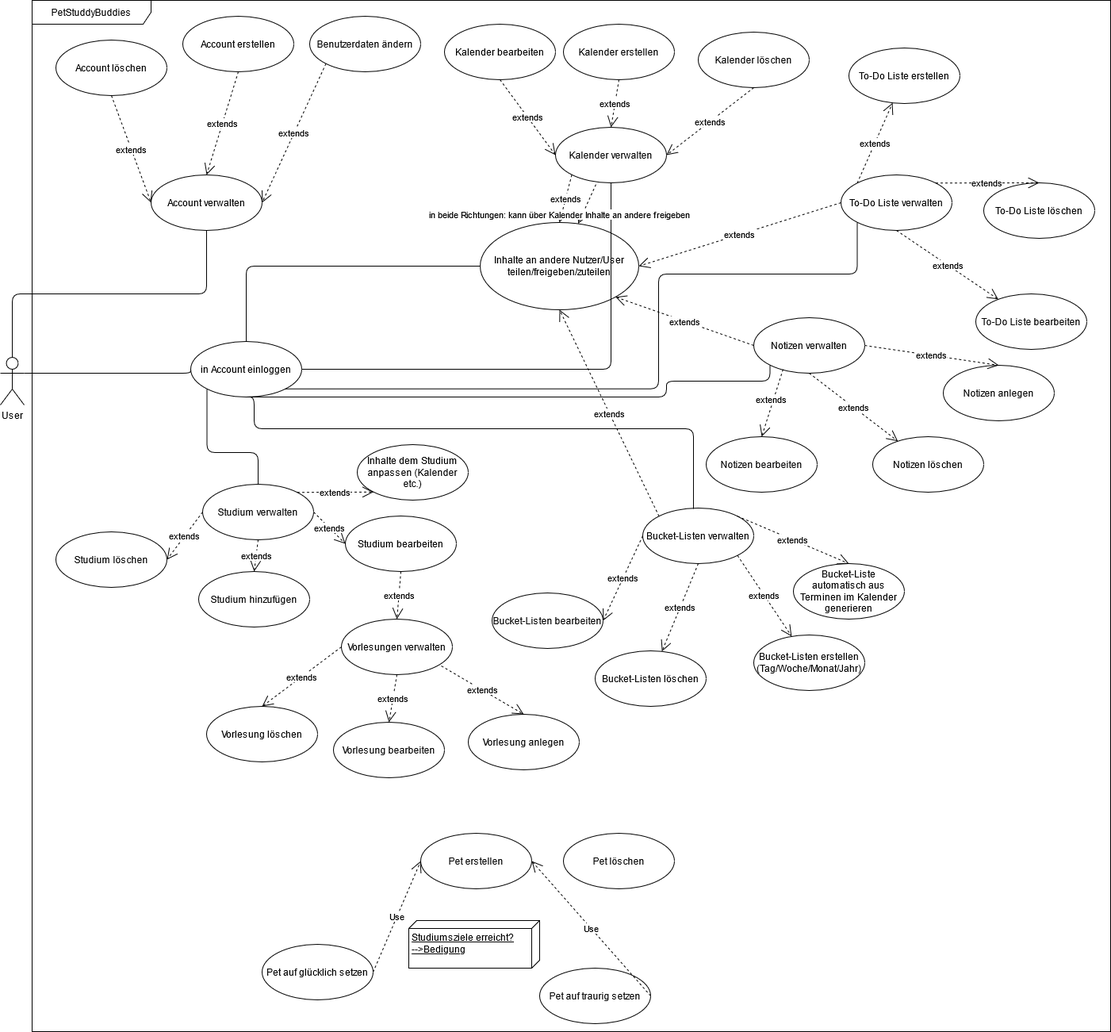
The draw.io diagram Dokumentation/UML/PetStudyBuddies_Use_Case_Diagram.png in felix-schindler/petstudybuddies, before a commit. Source tidied: cells renumbered, new cells last; positions are measured from the earlier drawing's top-left corner, leaving out a move shared by most shapes.
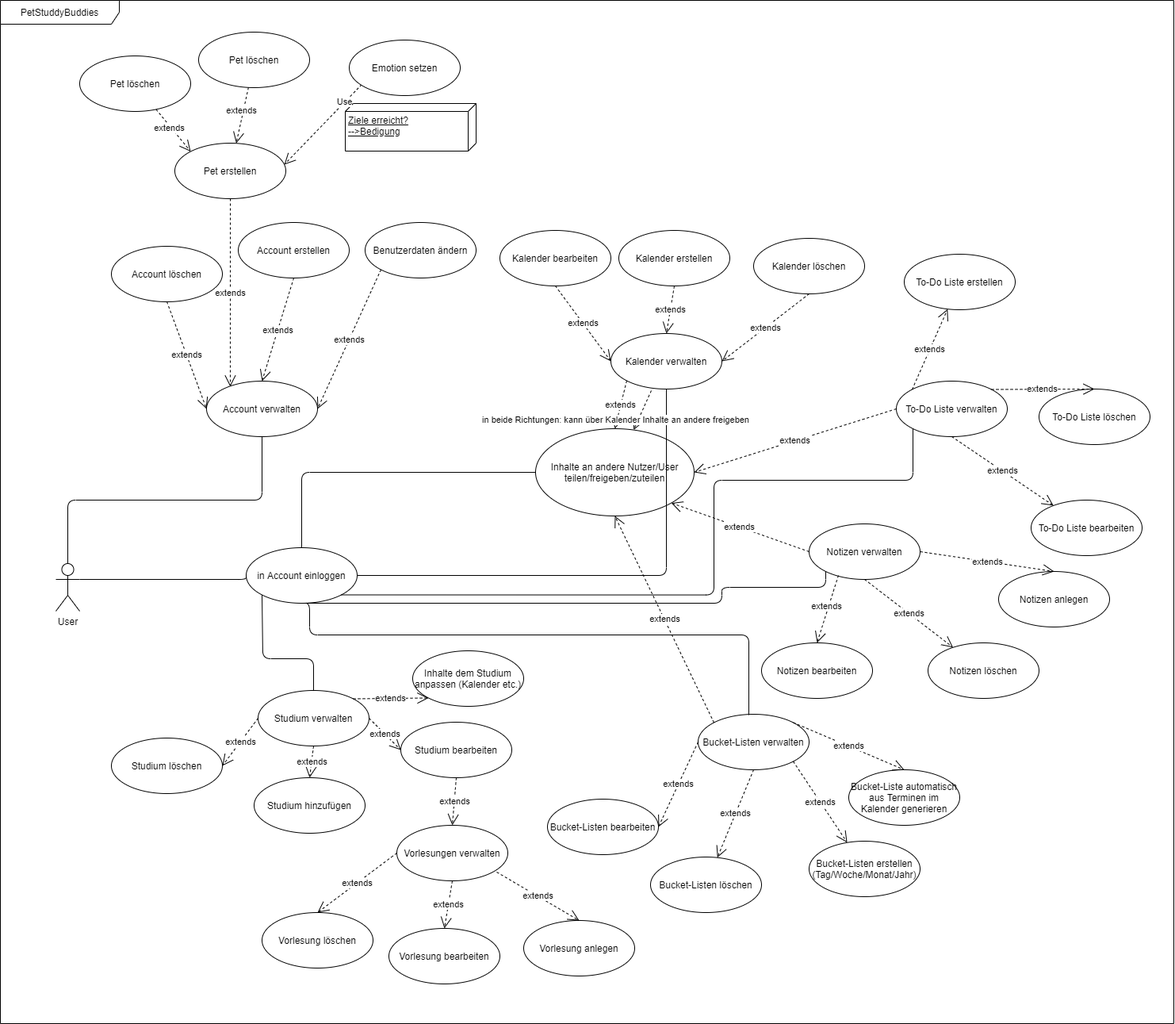
Later version of the same file.

Commit message:
update use-case diagram

Change to the diagram source:
```diff
@@ -3,7 +3,7 @@
     <mxCell id="0" />
     <mxCell id="1" parent="0" />
     <mxCell id="2" value="PetStuddyBuddies" style="shape=umlFrame;whiteSpace=wrap;html=1;width=150;height=30;" parent="1" vertex="1">
-      <mxGeometry x="40" width="1360" height="1300" as="geometry" />
+      <mxGeometry x="-70" y="-260" width="1480" height="1290" as="geometry" />
     </mxCell>
     <mxCell id="3" value="User" style="shape=umlActor;verticalLabelPosition=bottom;verticalAlign=top;html=1;" parent="1" vertex="1">
       <mxGeometry y="450" width="30" height="60" as="geometry" />
@@ -232,9 +232,6 @@
     <mxCell id="66" value="extends" style="endArrow=open;endSize=12;dashed=1;html=1;entryX=0;entryY=1;entryDx=0;entryDy=0;exitX=1;exitY=0;exitDx=0;exitDy=0;" parent="1" edge="1" source="44" target="65">
       <mxGeometry relative="1" as="geometry" />
     </mxCell>
-    <mxCell id="67" value="Pet erstellen" style="ellipse;whiteSpace=wrap;html=1;" parent="1" vertex="1">
-      <mxGeometry x="530" y="1050" width="140" height="70" as="geometry" />
-    </mxCell>
     <mxCell id="68" value="Vorlesung bearbeiten" style="ellipse;whiteSpace=wrap;html=1;" parent="1" vertex="1">
       <mxGeometry x="420" y="910" width="140" height="70" as="geometry" />
     </mxCell>
@@ -250,26 +247,35 @@
     <mxCell id="72" value="extends" style="endArrow=open;endSize=12;dashed=1;html=1;exitX=0;exitY=0.5;exitDx=0;exitDy=0;entryX=0.5;entryY=0;entryDx=0;entryDy=0;" parent="1" edge="1" source="18" target="69">
       <mxGeometry relative="1" as="geometry" />
     </mxCell>
-    <mxCell id="73" value="Pet löschen" style="ellipse;whiteSpace=wrap;html=1;" parent="1" vertex="1">
-      <mxGeometry x="710" y="1050" width="140" height="70" as="geometry" />
-    </mxCell>
-    <mxCell id="74" value="Pet auf glücklich setzen" style="ellipse;whiteSpace=wrap;html=1;" parent="1" vertex="1">
-      <mxGeometry x="330" y="1190" width="140" height="70" as="geometry" />
-    </mxCell>
-    <mxCell id="75" value="Pet auf traurig setzen" style="ellipse;whiteSpace=wrap;html=1;" parent="1" vertex="1">
-      <mxGeometry x="680" y="1220" width="140" height="70" as="geometry" />
-    </mxCell>
     <mxCell id="76" value="extends" style="endArrow=open;endSize=12;dashed=1;html=1;exitX=0.9;exitY=0.843;exitDx=0;exitDy=0;entryX=0.5;entryY=0;entryDx=0;entryDy=0;exitPerimeter=0;" parent="1" edge="1" source="18" target="70">
       <mxGeometry relative="1" as="geometry" />
     </mxCell>
-    <mxCell id="77" value="Use" style="endArrow=open;endSize=12;dashed=1;html=1;exitX=1;exitY=0.5;exitDx=0;exitDy=0;entryX=1;entryY=0.5;entryDx=0;entryDy=0;" parent="1" edge="1" source="75" target="67">
-      <mxGeometry relative="1" as="geometry" />
-    </mxCell>
-    <mxCell id="78" value="Use" style="endArrow=open;endSize=12;dashed=1;html=1;exitX=1;exitY=0.5;exitDx=0;exitDy=0;entryX=0;entryY=0.5;entryDx=0;entryDy=0;" parent="1" edge="1" source="74" target="67">
-      <mxGeometry relative="1" as="geometry" />
-    </mxCell>
-    <mxCell id="79" value="&lt;div&gt;Studiumsziele erreicht?&lt;/div&gt;&lt;div&gt;--&amp;gt;Bedigung&lt;br&gt;&lt;/div&gt;" style="verticalAlign=top;align=left;spacingTop=8;spacingLeft=2;spacingRight=12;shape=cube;size=10;direction=south;fontStyle=4;html=1;" parent="1" vertex="1">
-      <mxGeometry x="515" y="1160" width="165" height="60" as="geometry" />
+    <mxCell id="79" value="&lt;div&gt;Ziele erreicht?&lt;/div&gt;&lt;div&gt;--&amp;gt;Bedigung&lt;br&gt;&lt;/div&gt;" style="verticalAlign=top;align=left;spacingTop=8;spacingLeft=2;spacingRight=12;shape=cube;size=10;direction=south;fontStyle=4;html=1;" parent="1" vertex="1">
+      <mxGeometry x="365" y="-130" width="165" height="60" as="geometry" />
     </mxCell>
+    <mxCell id="80" value="Pet löschen" style="ellipse;whiteSpace=wrap;html=1;" parent="1" vertex="1">
+      <mxGeometry x="30" y="-190" width="140" height="70" as="geometry" />
+    </mxCell>
+    <mxCell id="81" value="extends" style="endArrow=open;endSize=12;dashed=1;html=1;entryX=0;entryY=0;entryDx=0;entryDy=0;" parent="1" edge="1" source="80" target="67">
+      <mxGeometry x="-0.16" y="-2" relative="1" as="geometry" />
+    </mxCell>
+    <mxCell id="82" value="Pet löschen" style="ellipse;whiteSpace=wrap;html=1;" parent="1" vertex="1">
+      <mxGeometry x="180" y="-220" width="140" height="70" as="geometry" />
+    </mxCell>
+    <mxCell id="83" value="extends" style="endArrow=open;endSize=12;dashed=1;html=1;" parent="1" edge="1" source="82" target="67">
+      <mxGeometry x="-0.16" y="-2" relative="1" as="geometry" />
+    </mxCell>
+    <mxCell id="67" value="Pet erstellen" style="ellipse;whiteSpace=wrap;html=1;" parent="1" vertex="1">
+      <mxGeometry x="150" y="-80" width="140" height="70" as="geometry" />
+    </mxCell>
+    <mxCell id="84" value="Use" style="endArrow=open;endSize=12;dashed=1;html=1;exitX=0.5;exitY=0;exitDx=0;exitDy=0;entryX=0.986;entryY=0.386;entryDx=0;entryDy=0;entryPerimeter=0;" parent="1" edge="1" source="85" target="67">
+      <mxGeometry relative="1" as="geometry" />
+    </mxCell>
+    <mxCell id="85" value="Emotion setzen" style="ellipse;whiteSpace=wrap;html=1;" parent="1" vertex="1">
+      <mxGeometry x="370" y="-210" width="140" height="70" as="geometry" />
+    </mxCell>
+    <mxCell id="86" value="extends" style="endArrow=open;endSize=12;dashed=1;html=1;exitX=0.5;exitY=1;exitDx=0;exitDy=0;entryX=0.214;entryY=0.1;entryDx=0;entryDy=0;entryPerimeter=0;" parent="1" edge="1" source="67" target="21">
+      <mxGeometry relative="1" as="geometry" />
+    </mxCell>
   </root>
 </mxGraphModel>
```
